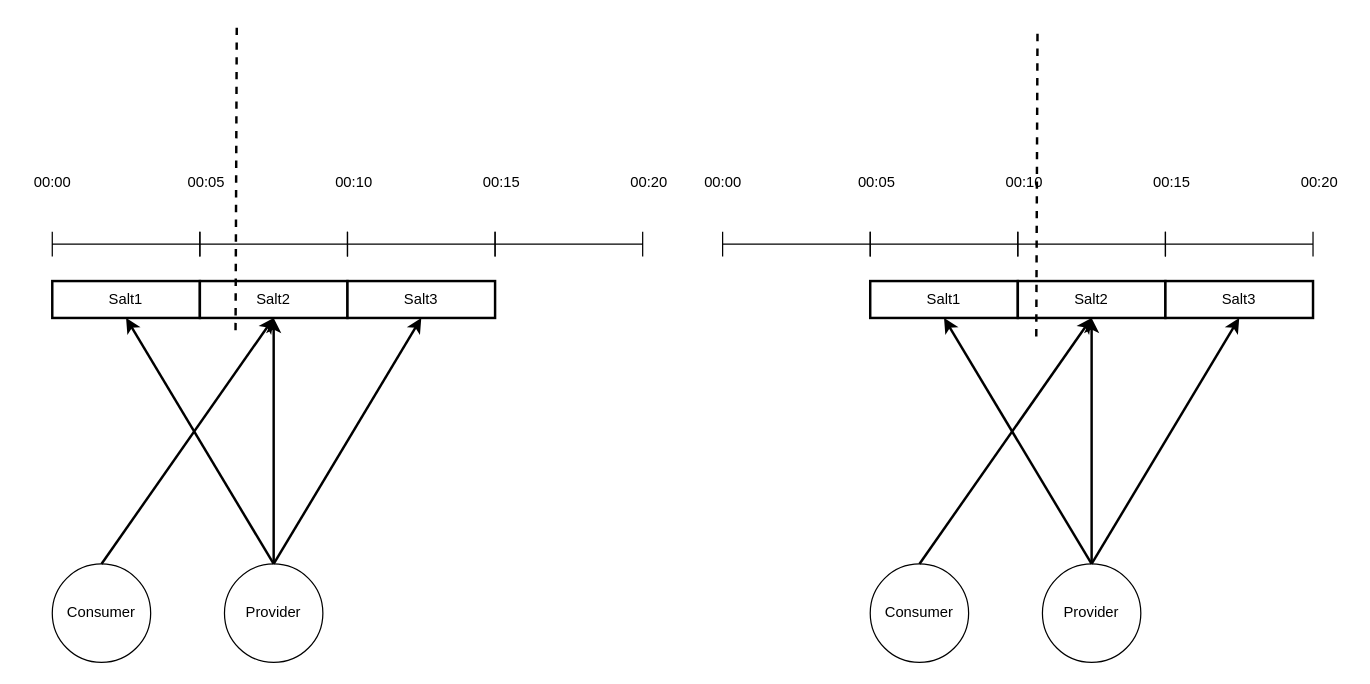
The draw.io diagram Untitled Diagram.drawio in qinzhewudao/designPicture, before the edit. Source tidied: cells renumbered, new cells numbered last; positions are measured from the earlier drawing's top-left corner, leaving out a move shared by most shapes. Both pictures are drawn from the tidied source at 123%, with x=0, y=0 at pixel (21, 22).
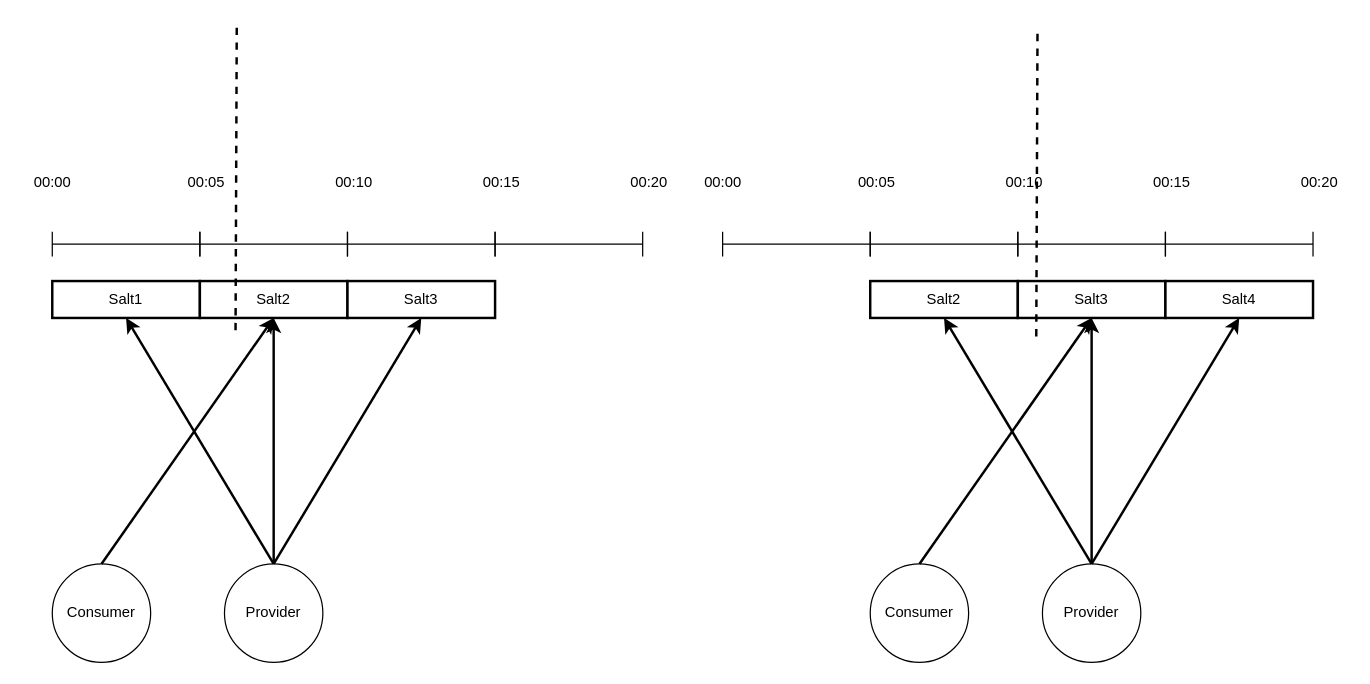
After the change.

What changed in the source:
```diff
@@
-    <mxCell id="25" value="Salt1" style="rounded=0;whiteSpace=wrap;html=1;strokeWidth=2;" parent="1" vertex="1">
+    <mxCell id="25" value="Salt2" style="rounded=0;whiteSpace=wrap;html=1;strokeWidth=2;" parent="1" vertex="1">
       <mxGeometry x="690" y="210" width="120" height="30" as="geometry" />
     </mxCell>
-    <mxCell id="26" value="&lt;span&gt;Salt2&lt;/span&gt;" style="rounded=0;whiteSpace=wrap;html=1;strokeWidth=2;" parent="1" vertex="1">
+    <mxCell id="26" value="&lt;span&gt;Salt3&lt;/span&gt;" style="rounded=0;whiteSpace=wrap;html=1;strokeWidth=2;" parent="1" vertex="1">
       <mxGeometry x="810" y="210" width="120" height="30" as="geometry" />
     </mxCell>
-    <mxCell id="27" value="&lt;span&gt;Salt3&lt;/span&gt;" style="rounded=0;whiteSpace=wrap;html=1;strokeWidth=2;" parent="1" vertex="1">
+    <mxCell id="27" value="&lt;span&gt;Salt4&lt;/span&gt;" style="rounded=0;whiteSpace=wrap;html=1;strokeWidth=2;" parent="1" vertex="1">
       <mxGeometry x="930" y="210" width="120" height="30" as="geometry" />
     </mxCell>
```
